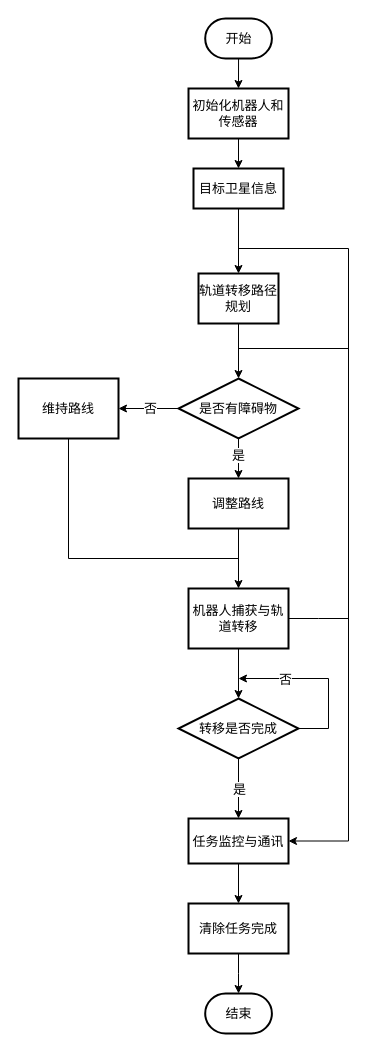
Before: 空间机器人设计流程.drawio in debeetle/Drawio, a draw.io diagram. Source tidied: cells renumbered, new cells numbered last; positions are measured from the earlier drawing's top-left corner, leaving out a move shared by most shapes. Both pictures are drawn from the tidied source at 100%, with x=0, y=0 at pixel (18, 18).
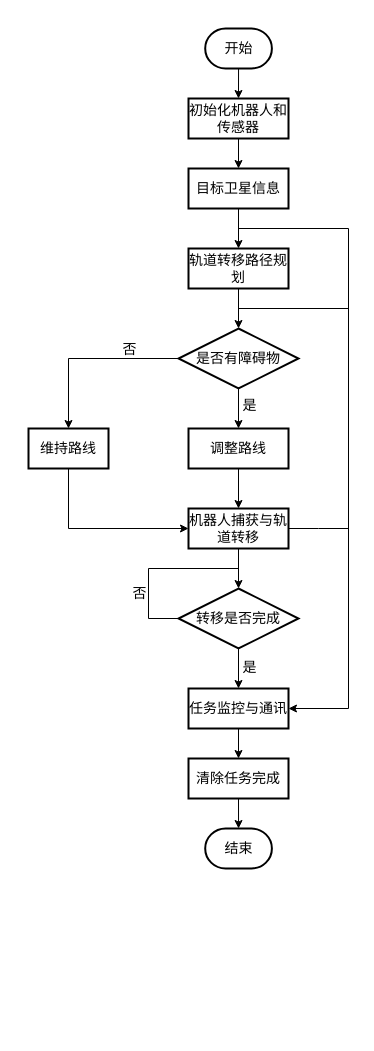
Above is the later version.

Commit message:
Update 空间机器人设计流程.drawio

Diff of the diagram source:
```diff
@@
-    <mxCell id="2" style="edgeStyle=orthogonalEdgeStyle;rounded=0;jettySize=auto;html=1;exitX=0.5;exitY=1;exitDx=0;exitDy=0;entryX=0.5;entryY=0;entryDx=0;entryDy=0;fontSize=13;fontFamily=STZhongsong;" parent="1" edge="1" source="3" target="5">
+    <mxCell id="2" style="edgeStyle=orthogonalEdgeStyle;rounded=0;jettySize=auto;html=1;exitX=0.5;exitY=1;exitDx=0;exitDy=0;entryX=0.5;entryY=0;entryDx=0;entryDy=0;fontSize=14;fontFamily=STZhongsong;labelBackgroundColor=none;align=center;" parent="1" edge="1" source="3" target="5">
       <mxGeometry relative="1" as="geometry" />
     </mxCell>
-    <mxCell id="3" value="&lt;font style=&quot;font-size: 13px;&quot;&gt;初始化机器人和传感器&lt;/font&gt;" style="rounded=0;whiteSpace=wrap;html=1;strokeWidth=2;fontFamily=STZhongsong;fontSize=13;" parent="1" vertex="1">
-      <mxGeometry x="170" y="70" width="100" height="50" as="geometry" />
+    <mxCell id="3" value="&lt;font&gt;初始化机器人和传感器&lt;/font&gt;" style="rounded=0;whiteSpace=wrap;html=1;strokeWidth=2;fontFamily=STZhongsong;fontSize=14;labelBackgroundColor=none;fillColor=none;align=center;" parent="1" vertex="1">
+      <mxGeometry x="170" y="80" width="100" height="40" as="geometry" />
     </mxCell>
-    <mxCell id="4" style="edgeStyle=orthogonalEdgeStyle;rounded=0;jettySize=auto;html=1;exitX=0.5;exitY=1;exitDx=0;exitDy=0;entryX=0.5;entryY=0;entryDx=0;entryDy=0;fontSize=13;fontFamily=STZhongsong;" parent="1" edge="1" source="5" target="7">
+    <mxCell id="4" style="edgeStyle=orthogonalEdgeStyle;rounded=0;jettySize=auto;html=1;exitX=0.5;exitY=1;exitDx=0;exitDy=0;entryX=0.5;entryY=0;entryDx=0;entryDy=0;fontSize=14;fontFamily=STZhongsong;labelBackgroundColor=none;align=center;" parent="1" edge="1" source="5" target="7">
       <mxGeometry relative="1" as="geometry" />
     </mxCell>
-    <mxCell id="5" value="目标卫星信息" style="rounded=0;whiteSpace=wrap;html=1;strokeWidth=2;fontFamily=STZhongsong;fontSize=13;" parent="1" vertex="1">
-      <mxGeometry x="175" y="150" width="90" height="40" as="geometry" />
+    <mxCell id="5" value="目标卫星信息" style="rounded=0;whiteSpace=wrap;html=1;strokeWidth=2;fontFamily=STZhongsong;fontSize=14;labelBackgroundColor=none;fillColor=none;align=center;" parent="1" vertex="1">
+      <mxGeometry x="170" y="150" width="100" height="40" as="geometry" />
     </mxCell>
-    <mxCell id="6" style="edgeStyle=orthogonalEdgeStyle;rounded=0;jettySize=auto;html=1;exitX=0.5;exitY=1;exitDx=0;exitDy=0;entryX=0.5;entryY=0;entryDx=0;entryDy=0;fontSize=13;fontFamily=STZhongsong;" parent="1" edge="1" source="7" target="24">
+    <mxCell id="6" style="edgeStyle=orthogonalEdgeStyle;rounded=0;jettySize=auto;html=1;exitX=0.5;exitY=1;exitDx=0;exitDy=0;entryX=0.5;entryY=0;entryDx=0;entryDy=0;fontSize=14;fontFamily=STZhongsong;labelBackgroundColor=none;align=center;" parent="1" edge="1" source="7" target="24">
       <mxGeometry relative="1" as="geometry" />
     </mxCell>
-    <mxCell id="7" value="&lt;font style=&quot;font-size: 13px;&quot;&gt;轨道转移路径规划&lt;/font&gt;" style="rounded=0;whiteSpace=wrap;html=1;strokeWidth=2;fontFamily=STZhongsong;fontSize=13;" parent="1" vertex="1">
-      <mxGeometry x="180" y="255" width="80" height="50" as="geometry" />
+    <mxCell id="7" value="&lt;font&gt;轨道转移路径规划&lt;/font&gt;" style="rounded=0;whiteSpace=wrap;html=1;strokeWidth=2;fontFamily=STZhongsong;fontSize=14;labelBackgroundColor=none;fillColor=none;align=center;" parent="1" vertex="1">
+      <mxGeometry x="170" y="230" width="100" height="40" as="geometry" />
     </mxCell>
-    <mxCell id="8" style="edgeStyle=orthogonalEdgeStyle;rounded=0;jettySize=auto;html=1;exitX=0.5;exitY=1;exitDx=0;exitDy=0;entryX=0.5;entryY=0;entryDx=0;entryDy=0;fontSize=13;fontFamily=STZhongsong;" parent="1" edge="1" source="9" target="14">
+    <mxCell id="8" style="edgeStyle=orthogonalEdgeStyle;rounded=0;jettySize=auto;html=1;exitX=0.5;exitY=1;exitDx=0;exitDy=0;entryX=0.5;entryY=0;entryDx=0;entryDy=0;fontSize=14;fontFamily=STZhongsong;labelBackgroundColor=none;align=center;" parent="1" edge="1" source="9" target="14">
       <mxGeometry relative="1" as="geometry" />
     </mxCell>
-    <mxCell id="9" value="&lt;font style=&quot;font-size: 13px;&quot;&gt;调整路线&lt;/font&gt;" style="rounded=0;whiteSpace=wrap;html=1;strokeWidth=2;fontFamily=STZhongsong;fontSize=13;" parent="1" vertex="1">
-      <mxGeometry x="170" y="460" width="100" height="50" as="geometry" />
+    <mxCell id="9" value="&lt;font&gt;调整路线&lt;/font&gt;" style="rounded=0;whiteSpace=wrap;html=1;strokeWidth=2;fontFamily=STZhongsong;fontSize=14;labelBackgroundColor=none;fillColor=none;align=center;" parent="1" vertex="1">
+      <mxGeometry x="170" y="410" width="100" height="40" as="geometry" />
     </mxCell>
-    <mxCell id="10" style="edgeStyle=elbowEdgeStyle;rounded=0;jettySize=auto;html=1;exitX=0.5;exitY=1;exitDx=0;exitDy=0;elbow=vertical;endArrow=none;endFill=0;fontSize=13;fontFamily=STZhongsong;" parent="1" edge="1" source="11">
-      <mxGeometry relative="1" as="geometry">
-        <mxPoint x="220" y="540" as="targetPoint" />
-        <Array as="points">
-          <mxPoint x="140" y="540" />
-        </Array>
-      </mxGeometry>
-    </mxCell>
+    <mxCell id="34" style="edgeStyle=orthogonalEdgeStyle;rounded=0;jettySize=auto;html=1;exitX=0.5;exitY=1;exitDx=0;exitDy=0;entryX=0;entryY=0.5;entryDx=0;entryDy=0;fontSize=14;" parent="1" edge="1" source="11" target="14">
+      <mxGeometry relative="1" as="geometry" />
+    </mxCell>
-    <mxCell id="11" value="&lt;font style=&quot;font-size: 13px;&quot;&gt;维持路线&lt;/font&gt;" style="rounded=0;whiteSpace=wrap;html=1;strokeWidth=2;fontFamily=STZhongsong;fontSize=13;" parent="1" vertex="1">
-      <mxGeometry y="360" width="100" height="60" as="geometry" />
+    <mxCell id="11" value="&lt;font&gt;维持路线&lt;/font&gt;" style="rounded=0;whiteSpace=wrap;html=1;strokeWidth=2;fontFamily=STZhongsong;fontSize=14;labelBackgroundColor=none;fillColor=none;align=center;" parent="1" vertex="1">
+      <mxGeometry x="10" y="410" width="80" height="40" as="geometry" />
     </mxCell>
-    <mxCell id="12" style="edgeStyle=orthogonalEdgeStyle;rounded=0;jettySize=auto;html=1;exitX=0.5;exitY=1;exitDx=0;exitDy=0;entryX=0.5;entryY=0;entryDx=0;entryDy=0;fontSize=13;fontFamily=STZhongsong;" parent="1" edge="1" source="14" target="19">
-      <mxGeometry relative="1" as="geometry" />
-    </mxCell>
-    <mxCell id="13" style="edgeStyle=orthogonalEdgeStyle;rounded=0;jettySize=auto;html=1;exitX=1;exitY=0.5;exitDx=0;exitDy=0;endArrow=none;endFill=0;fontSize=13;fontFamily=STZhongsong;" parent="1" edge="1" source="14">
+    <mxCell id="13" style="edgeStyle=orthogonalEdgeStyle;rounded=0;jettySize=auto;html=1;exitX=1;exitY=0.5;exitDx=0;exitDy=0;endArrow=none;endFill=0;fontSize=14;fontFamily=STZhongsong;labelBackgroundColor=none;align=center;" parent="1" edge="1" source="14">
       <mxGeometry relative="1" as="geometry">
-        <mxPoint x="330" y="600" as="targetPoint" />
+        <mxPoint x="330" y="510" as="targetPoint" />
       </mxGeometry>
     </mxCell>
-    <mxCell id="14" value="&lt;font style=&quot;font-size: 13px;&quot;&gt;机器人捕获与轨道转移&lt;/font&gt;" style="rounded=0;whiteSpace=wrap;html=1;strokeWidth=2;fontFamily=STZhongsong;fontSize=13;" parent="1" vertex="1">
-      <mxGeometry x="170" y="570" width="100" height="60" as="geometry" />
-    </mxCell>
-    <mxCell id="15" style="edgeStyle=elbowEdgeStyle;rounded=0;jettySize=auto;html=1;exitX=1;exitY=0.5;exitDx=0;exitDy=0;fontSize=13;fontFamily=STZhongsong;" parent="1" edge="1" source="19">
-      <mxGeometry relative="1" as="geometry">
-        <mxPoint x="220" y="660" as="targetPoint" />
-        <Array as="points">
-          <mxPoint x="310" y="690" />
-        </Array>
-      </mxGeometry>
-    </mxCell>
-    <mxCell id="16" value="否" style="edgeLabel;html=1;align=center;verticalAlign=middle;fontSize=13;fontFamily=STZhongsong;" parent="15" vertex="1">
-      <mxGeometry x="0.46" y="2" relative="1" as="geometry">
-        <mxPoint y="-2" as="offset" />
-      </mxGeometry>
-    </mxCell>
-    <mxCell id="17" style="edgeStyle=orthogonalEdgeStyle;rounded=0;jettySize=auto;html=1;exitX=0.5;exitY=1;exitDx=0;exitDy=0;entryX=0.5;entryY=0;entryDx=0;entryDy=0;fontSize=13;fontFamily=STZhongsong;" parent="1" edge="1" source="19" target="27">
+    <mxCell id="17" style="edgeStyle=orthogonalEdgeStyle;rounded=0;jettySize=auto;html=1;exitX=0.5;exitY=1;exitDx=0;exitDy=0;entryX=0.5;entryY=0;entryDx=0;entryDy=0;fontSize=14;fontFamily=STZhongsong;labelBackgroundColor=none;align=center;" parent="1" edge="1" source="19" target="27">
       <mxGeometry relative="1" as="geometry" />
     </mxCell>
-    <mxCell id="18" value="&lt;font face=&quot;STZhongsong&quot; style=&quot;font-size: 13px;&quot;&gt;是&lt;/font&gt;" style="edgeLabel;html=1;align=center;verticalAlign=middle;" parent="17" vertex="1">
+    <mxCell id="18" value="&lt;font&gt;是&lt;/font&gt;" style="edgeLabel;html=1;align=center;verticalAlign=middle;fontSize=14;labelBackgroundColor=none;fontFamily=STZhongsong;" parent="17" vertex="1">
       <mxGeometry x="-0.26" y="1" relative="1" as="geometry">
-        <mxPoint x="-1" y="8" as="offset" />
+        <mxPoint x="9" y="3" as="offset" />
       </mxGeometry>
     </mxCell>
+    <mxCell id="35" style="edgeStyle=elbowEdgeStyle;rounded=0;jettySize=auto;html=1;exitX=0;exitY=0.5;exitDx=0;exitDy=0;endArrow=none;endFill=0;align=center;fontSize=14;" parent="1" edge="1" source="19">
+      <mxGeometry relative="1" as="geometry">
+        <mxPoint x="220" y="550" as="targetPoint" />
+        <Array as="points">
+          <mxPoint x="130" y="580" />
+        </Array>
+      </mxGeometry>
+    </mxCell>
+    <mxCell id="16" value="&lt;font face=&quot;STZhongsong&quot;&gt;否&lt;/font&gt;" style="edgeLabel;html=1;align=center;verticalAlign=middle;fontSize=14;labelBackgroundColor=none;" parent="35" vertex="1">
+      <mxGeometry x="0.27" y="-1" relative="1" as="geometry">
+        <mxPoint x="-38" y="23" as="offset" />
+      </mxGeometry>
+    </mxCell>
-    <mxCell id="19" value="&lt;font style=&quot;font-size: 13px;&quot;&gt;转移是否完成&lt;/font&gt;" style="rhombus;whiteSpace=wrap;html=1;strokeWidth=2;fontFamily=STZhongsong;fontSize=13;" parent="1" vertex="1">
-      <mxGeometry x="160" y="680" width="120" height="60" as="geometry" />
+    <mxCell id="19" value="&lt;font&gt;转移是否完成&lt;/font&gt;" style="rhombus;whiteSpace=wrap;html=1;strokeWidth=2;fontFamily=STZhongsong;fontSize=14;labelBackgroundColor=none;fillColor=none;align=center;" parent="1" vertex="1">
+      <mxGeometry x="160" y="570" width="120" height="60" as="geometry" />
     </mxCell>
-    <mxCell id="20" style="edgeStyle=orthogonalEdgeStyle;rounded=0;jettySize=auto;html=1;exitX=0;exitY=0.5;exitDx=0;exitDy=0;entryX=1;entryY=0.5;entryDx=0;entryDy=0;fontSize=13;fontFamily=STZhongsong;" parent="1" edge="1" source="24" target="11">
+    <mxCell id="20" style="edgeStyle=orthogonalEdgeStyle;rounded=0;jettySize=auto;html=1;exitX=0;exitY=0.5;exitDx=0;exitDy=0;entryX=0.5;entryY=0;entryDx=0;entryDy=0;fontSize=14;fontFamily=STZhongsong;labelBackgroundColor=none;align=center;" parent="1" edge="1" source="24" target="11">
       <mxGeometry relative="1" as="geometry" />
     </mxCell>
-    <mxCell id="21" value="&lt;font style=&quot;font-size: 13px;&quot;&gt;否&lt;/font&gt;" style="edgeLabel;html=1;align=center;verticalAlign=middle;fontSize=13;fontFamily=STZhongsong;" parent="20" vertex="1">
+    <mxCell id="21" value="否" style="edgeLabel;align=center;verticalAlign=middle;fontSize=14;fontFamily=STZhongsong;labelBackgroundColor=none;html=1;" parent="20" vertex="1">
       <mxGeometry x="-0.03" y="2" relative="1" as="geometry">
-        <mxPoint y="-3" as="offset" />
+        <mxPoint x="37" y="-12" as="offset" />
       </mxGeometry>
     </mxCell>
-    <mxCell id="22" style="edgeStyle=orthogonalEdgeStyle;rounded=0;jettySize=auto;html=1;exitX=0.5;exitY=1;exitDx=0;exitDy=0;entryX=0.5;entryY=0;entryDx=0;entryDy=0;fontSize=13;fontFamily=STZhongsong;" parent="1" edge="1" source="24" target="9">
+    <mxCell id="22" style="edgeStyle=orthogonalEdgeStyle;rounded=0;jettySize=auto;html=1;exitX=0.5;exitY=1;exitDx=0;exitDy=0;entryX=0.5;entryY=0;entryDx=0;entryDy=0;fontSize=14;fontFamily=STZhongsong;labelBackgroundColor=none;align=center;" parent="1" edge="1" source="24" target="9">
       <mxGeometry relative="1" as="geometry" />
     </mxCell>
-    <mxCell id="23" value="是" style="edgeLabel;html=1;align=center;verticalAlign=middle;fontSize=13;fontFamily=STZhongsong;" parent="22" vertex="1">
+    <mxCell id="23" value="是" style="edgeLabel;html=1;align=center;verticalAlign=middle;fontSize=14;fontFamily=STZhongsong;labelBackgroundColor=none;" parent="22" vertex="1">
       <mxGeometry x="-0.2" y="-3" relative="1" as="geometry">
-        <mxPoint x="2" as="offset" />
+        <mxPoint x="13" as="offset" />
       </mxGeometry>
     </mxCell>
-    <mxCell id="24" value="&lt;font style=&quot;font-size: 13px;&quot;&gt;是否有障碍物&lt;/font&gt;" style="rhombus;whiteSpace=wrap;html=1;strokeWidth=2;fontFamily=STZhongsong;fontSize=13;" parent="1" vertex="1">
-      <mxGeometry x="160" y="360" width="120" height="60" as="geometry" />
+    <mxCell id="24" value="&lt;font&gt;是否有障碍物&lt;/font&gt;" style="rhombus;whiteSpace=wrap;html=1;strokeWidth=2;fontFamily=STZhongsong;fontSize=14;labelBackgroundColor=none;fillColor=none;align=center;" parent="1" vertex="1">
+      <mxGeometry x="160" y="310" width="120" height="60" as="geometry" />
     </mxCell>
-    <mxCell id="25" style="edgeStyle=orthogonalEdgeStyle;rounded=0;jettySize=auto;html=1;exitX=0.5;exitY=1;exitDx=0;exitDy=0;entryX=0.5;entryY=0;entryDx=0;entryDy=0;fontSize=13;fontFamily=STZhongsong;" parent="1" edge="1" source="27" target="28">
+    <mxCell id="25" style="edgeStyle=orthogonalEdgeStyle;rounded=0;jettySize=auto;html=1;exitX=0.5;exitY=1;exitDx=0;exitDy=0;entryX=0.5;entryY=0;entryDx=0;entryDy=0;fontSize=14;fontFamily=STZhongsong;labelBackgroundColor=none;align=center;" parent="1" edge="1" source="27" target="28">
       <mxGeometry relative="1" as="geometry" />
     </mxCell>
-    <mxCell id="26" style="edgeStyle=elbowEdgeStyle;rounded=0;jettySize=auto;html=1;exitX=1;exitY=0.5;exitDx=0;exitDy=0;startArrow=classic;startFill=1;endArrow=none;endFill=0;fontSize=13;fontFamily=STZhongsong;" parent="1" edge="1" source="27">
+    <mxCell id="26" style="edgeStyle=elbowEdgeStyle;rounded=0;jettySize=auto;html=1;exitX=1;exitY=0.5;exitDx=0;exitDy=0;startArrow=classic;startFill=1;endArrow=none;endFill=0;fontSize=14;fontFamily=STZhongsong;labelBackgroundColor=none;align=center;" parent="1" edge="1" source="27">
       <mxGeometry relative="1" as="geometry">
-        <mxPoint x="220" y="230" as="targetPoint" />
+        <mxPoint x="220" y="210" as="targetPoint" />
         <Array as="points">
-          <mxPoint x="330" y="510" />
+          <mxPoint x="330" y="490" />
         </Array>
       </mxGeometry>
     </mxCell>
-    <mxCell id="27" value="&lt;font style=&quot;font-size: 13px;&quot;&gt;任务监控与通讯&lt;/font&gt;" style="rounded=0;whiteSpace=wrap;html=1;strokeWidth=2;fontFamily=STZhongsong;fontSize=13;" parent="1" vertex="1">
-      <mxGeometry x="170" y="800" width="100" height="45" as="geometry" />
+    <mxCell id="27" value="&lt;font&gt;任务监控与通讯&lt;/font&gt;" style="rounded=0;whiteSpace=wrap;html=1;strokeWidth=2;fontFamily=STZhongsong;fontSize=14;labelBackgroundColor=none;fillColor=none;align=center;" parent="1" vertex="1">
+      <mxGeometry x="170" y="670" width="100" height="40" as="geometry" />
     </mxCell>
-    <mxCell id="28" value="&lt;font style=&quot;font-size: 13px;&quot;&gt;清除任务完成&lt;/font&gt;" style="rounded=0;whiteSpace=wrap;html=1;strokeWidth=2;fontFamily=STZhongsong;fontSize=13;" parent="1" vertex="1">
-      <mxGeometry x="170" y="885" width="100" height="50" as="geometry" />
+    <mxCell id="28" value="&lt;font&gt;清除任务完成&lt;/font&gt;" style="rounded=0;whiteSpace=wrap;html=1;strokeWidth=2;fontFamily=STZhongsong;fontSize=14;labelBackgroundColor=none;fillColor=none;align=center;" parent="1" vertex="1">
+      <mxGeometry x="170" y="740" width="100" height="40" as="geometry" />
     </mxCell>
-    <mxCell id="29" value="结束" style="strokeWidth=2;html=1;shape=mxgraph.flowchart.terminator;whiteSpace=wrap;fontFamily=STZhongsong;fontSize=13;" parent="1" vertex="1">
-      <mxGeometry x="186.7" y="975" width="66.7" height="40" as="geometry" />
+    <mxCell id="29" value="结束" style="strokeWidth=2;html=1;shape=mxgraph.flowchart.terminator;whiteSpace=wrap;fontFamily=STZhongsong;fontSize=14;labelBackgroundColor=none;fillColor=none;align=center;" parent="1" vertex="1">
+      <mxGeometry x="186.7" y="810" width="66.7" height="40" as="geometry" />
     </mxCell>
-    <mxCell id="30" style="edgeStyle=orthogonalEdgeStyle;rounded=0;jettySize=auto;html=1;exitX=0.5;exitY=1;exitDx=0;exitDy=0;exitPerimeter=0;entryX=0.5;entryY=0;entryDx=0;entryDy=0;fontSize=13;fontFamily=STZhongsong;" parent="1" edge="1" source="31" target="3">
+    <mxCell id="30" style="edgeStyle=orthogonalEdgeStyle;rounded=0;jettySize=auto;html=1;exitX=0.5;exitY=1;exitDx=0;exitDy=0;exitPerimeter=0;entryX=0.5;entryY=0;entryDx=0;entryDy=0;fontSize=14;fontFamily=STZhongsong;labelBackgroundColor=none;align=center;" parent="1" edge="1" source="31" target="3">
       <mxGeometry relative="1" as="geometry" />
     </mxCell>
-    <mxCell id="31" value="开始" style="strokeWidth=2;html=1;shape=mxgraph.flowchart.terminator;whiteSpace=wrap;fontFamily=STZhongsong;fontSize=13;" parent="1" vertex="1">
-      <mxGeometry x="186.7" width="66.7" height="40" as="geometry" />
+    <mxCell id="31" value="开始" style="strokeWidth=2;html=1;shape=mxgraph.flowchart.terminator;whiteSpace=wrap;fontFamily=STZhongsong;fontSize=14;labelBackgroundColor=none;fillColor=none;align=center;" parent="1" vertex="1">
+      <mxGeometry x="186.7" y="10" width="66.7" height="40" as="geometry" />
     </mxCell>
-    <mxCell id="32" style="edgeStyle=orthogonalEdgeStyle;rounded=0;jettySize=auto;html=1;exitX=0.5;exitY=1;exitDx=0;exitDy=0;entryX=0.5;entryY=0;entryDx=0;entryDy=0;entryPerimeter=0;fontSize=13;fontFamily=STZhongsong;" parent="1" edge="1" source="28" target="29">
+    <mxCell id="32" style="edgeStyle=orthogonalEdgeStyle;rounded=0;jettySize=auto;html=1;exitX=0.5;exitY=1;exitDx=0;exitDy=0;entryX=0.5;entryY=0;entryDx=0;entryDy=0;entryPerimeter=0;fontSize=14;fontFamily=STZhongsong;labelBackgroundColor=none;align=center;" parent="1" edge="1" source="28" target="29">
       <mxGeometry relative="1" as="geometry" />
     </mxCell>
-    <mxCell id="33" style="endArrow=none;html=1;rounded=0;endFill=0;fontSize=13;fontFamily=STZhongsong;" parent="1" edge="1">
+    <mxCell id="33" style="endArrow=none;html=1;rounded=0;endFill=0;fontSize=14;fontFamily=STZhongsong;labelBackgroundColor=none;align=center;" parent="1" edge="1">
       <mxGeometry relative="1" as="geometry">
-        <mxPoint x="220" y="330" as="sourcePoint" />
-        <mxPoint x="330" y="330" as="targetPoint" />
+        <mxPoint x="220" y="290" as="sourcePoint" />
+        <mxPoint x="330" y="290" as="targetPoint" />
       </mxGeometry>
     </mxCell>
+    <mxCell id="12" style="edgeStyle=orthogonalEdgeStyle;rounded=0;jettySize=auto;html=1;exitX=0.5;exitY=1;exitDx=0;exitDy=0;align=center;fontSize=14;" parent="1" edge="1" source="14" target="19">
+      <mxGeometry relative="1" as="geometry" />
+    </mxCell>
+    <mxCell id="14" value="&lt;font&gt;机器人捕获与轨道转移&lt;/font&gt;" style="rounded=0;whiteSpace=wrap;html=1;strokeWidth=2;fontFamily=STZhongsong;fontSize=14;labelBackgroundColor=none;fillColor=none;align=center;" parent="1" vertex="1">
+      <mxGeometry x="170" y="490" width="100" height="40" as="geometry" />
+    </mxCell>
```
